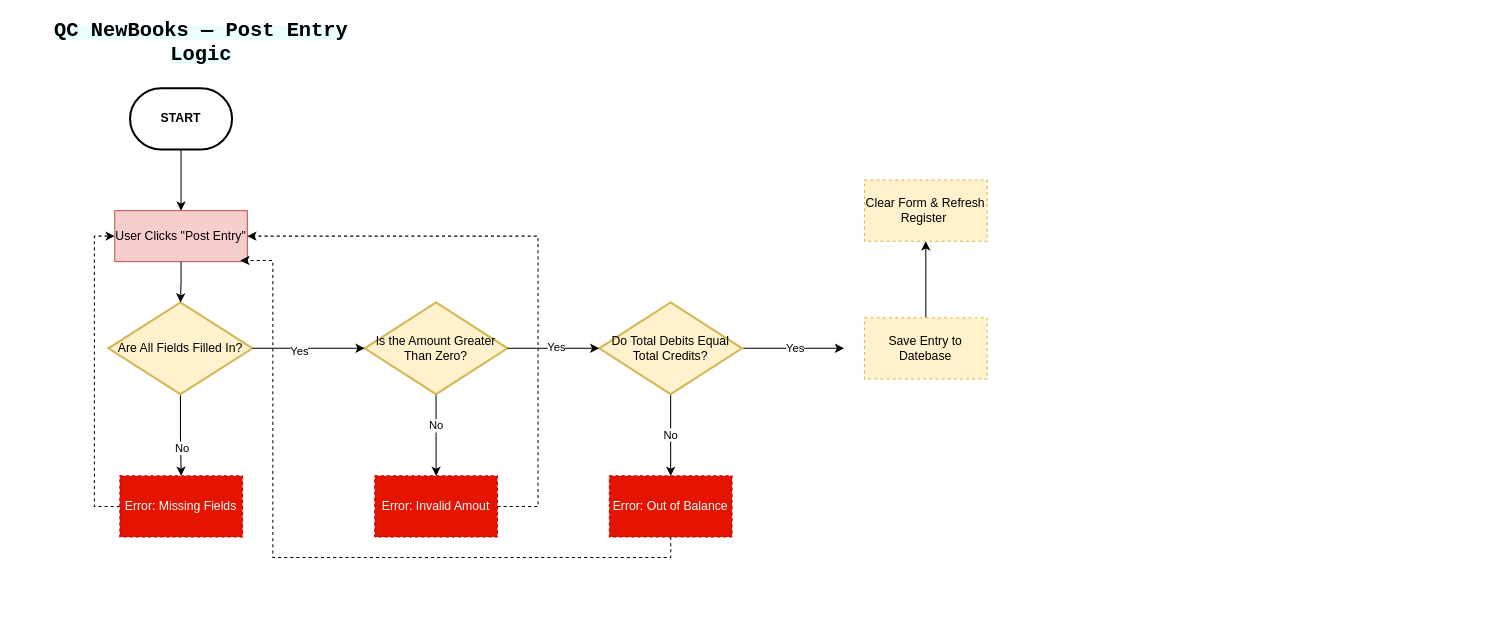
This is page "Part A — Flowchart." (1 of 2) of QC_NewBooks_Diagrams.drawio from Sriaz0721/diagram-qc-new-books, a draw.io file, before an edit. Source tidied: cells renumbered, new cells numbered last; positions are measured from the earlier drawing's top-left corner, leaving out a move shared by most shapes. Both pictures are drawn from the tidied source at 102%, with x=0, y=0 at pixel (17, 27).
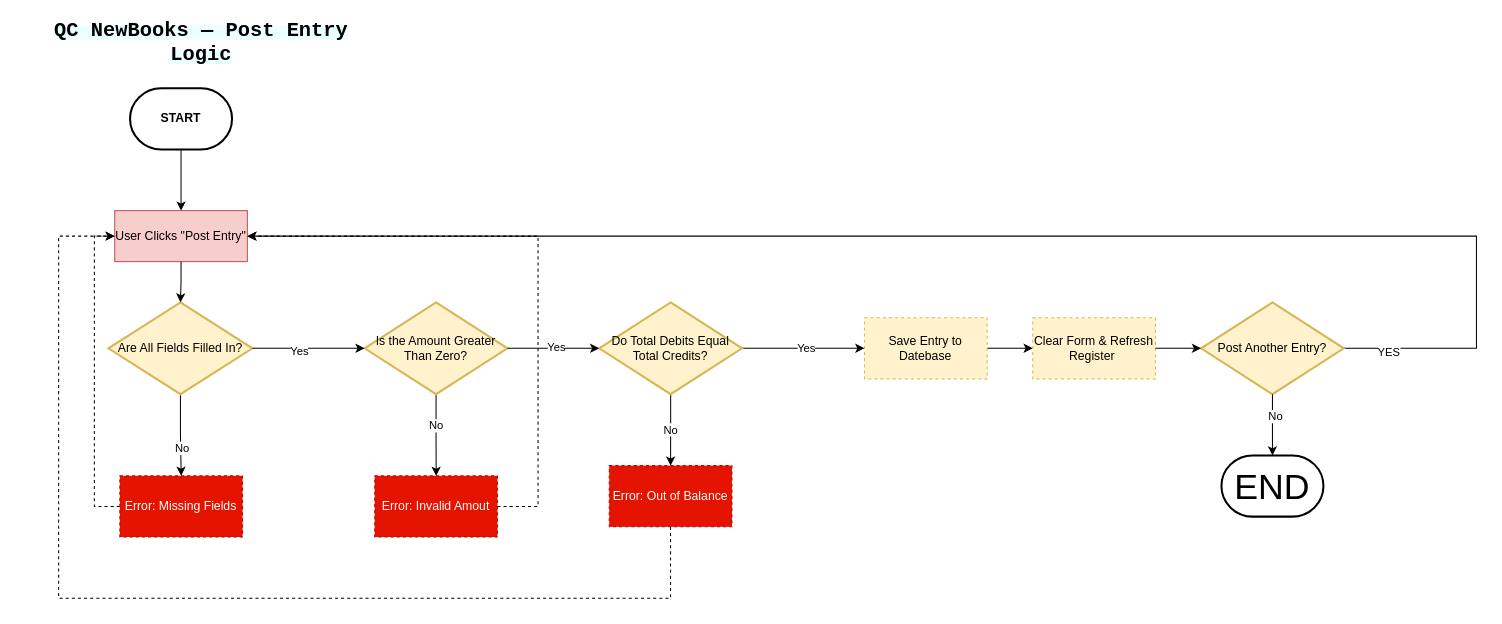
The same page after the edit.

Unchanged cells that the change refers to:
```xml
<mxCell id="5" value="User Clicks &quot;Post Entry&quot;" style="html=1;dashed=0;whiteSpace=wrap;fillColor=#f8cecc;strokeColor=#b85450;" parent="1" vertex="1">
  <mxGeometry x="95" y="180" width="130" height="50" as="geometry" />
</mxCell>
<mxCell id="22" value="Do Total Debits Equal Total Credits?" style="strokeWidth=2;html=1;shape=mxgraph.flowchart.decision;whiteSpace=wrap;fillColor=#fff2cc;strokeColor=#d6b656;" parent="1" vertex="1">
  <mxGeometry x="570" y="270" width="140" height="90" as="geometry" />
</mxCell>
<mxCell id="28" value="Save Entry to Datebase" style="html=1;dashed=1;whiteSpace=wrap;fillStyle=auto;fillColor=#fff2cc;strokeColor=#d6b656;" parent="1" vertex="1">
  <mxGeometry x="830" y="285" width="120.3" height="60" as="geometry" />
</mxCell>
```

Change to the diagram source:
```diff
@@
-    <mxCell id="19" style="edgeStyle=orthogonalEdgeStyle;rounded=0;jettySize=auto;html=1;" parent="1" edge="1" source="22">
-      <mxGeometry relative="1" as="geometry">
-        <mxPoint x="810" y="315" as="targetPoint" />
-      </mxGeometry>
+    <mxCell id="19" style="edgeStyle=orthogonalEdgeStyle;rounded=0;jettySize=auto;html=1;entryX=0;entryY=0.5;entryDx=0;entryDy=0;" parent="1" edge="1" source="22" target="28">
+      <mxGeometry relative="1" as="geometry" />
     </mxCell>
@@
+    <mxCell id="26" style="edgeStyle=orthogonalEdgeStyle;rounded=0;jettySize=auto;html=1;entryX=0;entryY=0.5;entryDx=0;entryDy=0;dashed=1;" parent="1" edge="1" source="25" target="5">
+      <mxGeometry relative="1" as="geometry">
+        <Array as="points">
+          <mxPoint x="640" y="560" />
+          <mxPoint x="40" y="560" />
+          <mxPoint x="40" y="205" />
+        </Array>
+      </mxGeometry>
+    </mxCell>
     <mxCell id="25" value="Error: Out of Balance" style="html=1;dashed=1;whiteSpace=wrap;fillStyle=auto;fillColor=#e51400;strokeColor=#B20000;fontColor=#ffffff;" parent="1" vertex="1">
-      <mxGeometry x="579.9" y="440" width="120.3" height="60" as="geometry" />
+      <mxGeometry x="579.8" y="430" width="120.3" height="60" as="geometry" />
     </mxCell>
-    <mxCell id="26" style="edgeStyle=orthogonalEdgeStyle;rounded=0;jettySize=auto;html=1;entryX=0.947;entryY=0.978;entryDx=0;entryDy=0;entryPerimeter=0;dashed=1;" parent="1" edge="1" source="25" target="5">
-      <mxGeometry relative="1" as="geometry">
-        <Array as="points">
-          <mxPoint x="640" y="520" />
-          <mxPoint x="250" y="520" />
-          <mxPoint x="250" y="229" />
-        </Array>
-      </mxGeometry>
-    </mxCell>
-    <mxCell id="27" style="edgeStyle=orthogonalEdgeStyle;rounded=0;jettySize=auto;html=1;entryX=0.5;entryY=1;entryDx=0;entryDy=0;" parent="1" edge="1" source="28" target="29">
+    <mxCell id="27" style="edgeStyle=orthogonalEdgeStyle;rounded=0;jettySize=auto;html=1;" parent="1" edge="1" source="28" target="29">
       <mxGeometry relative="1" as="geometry" />
     </mxCell>
@@
     <mxCell id="29" value="Clear Form &amp;amp; Refresh Register&amp;nbsp;" style="html=1;dashed=1;whiteSpace=wrap;fillStyle=auto;fillColor=#fff2cc;strokeColor=#d6b656;" parent="1" vertex="1">
-      <mxGeometry x="830" y="150" width="120.3" height="60" as="geometry" />
+      <mxGeometry x="995" y="285" width="120.3" height="60" as="geometry" />
     </mxCell>
+    <mxCell id="30" style="edgeStyle=orthogonalEdgeStyle;rounded=0;jettySize=auto;html=1;entryX=1;entryY=0.5;entryDx=0;entryDy=0;" parent="1" edge="1" source="32" target="5">
+      <mxGeometry relative="1" as="geometry">
+        <Array as="points">
+          <mxPoint x="1430" y="315" />
+          <mxPoint x="1430" y="205" />
+        </Array>
+      </mxGeometry>
+    </mxCell>
+    <mxCell id="31" value="YES" style="edgeLabel;html=1;align=center;verticalAlign=middle;" parent="30" vertex="1">
+      <mxGeometry x="-0.94" y="-2" relative="1" as="geometry">
+        <mxPoint y="1" as="offset" />
+      </mxGeometry>
+    </mxCell>
+    <mxCell id="32" value="Post Another Entry?" style="strokeWidth=2;html=1;shape=mxgraph.flowchart.decision;whiteSpace=wrap;fillColor=#fff2cc;strokeColor=#d6b656;" parent="1" vertex="1">
+      <mxGeometry x="1160" y="270" width="140" height="90" as="geometry" />
+    </mxCell>
+    <mxCell id="33" style="edgeStyle=orthogonalEdgeStyle;rounded=0;jettySize=auto;html=1;entryX=0;entryY=0.5;entryDx=0;entryDy=0;entryPerimeter=0;" parent="1" edge="1" source="29" target="32">
+      <mxGeometry relative="1" as="geometry" />
+    </mxCell>
+    <mxCell id="34" value="&lt;font style=&quot;font-size: 35px;&quot;&gt;END&lt;/font&gt;" style="strokeWidth=2;html=1;shape=mxgraph.flowchart.terminator;whiteSpace=wrap;" parent="1" vertex="1">
+      <mxGeometry x="1180" y="420" width="100" height="60" as="geometry" />
+    </mxCell>
+    <mxCell id="35" style="edgeStyle=orthogonalEdgeStyle;rounded=0;jettySize=auto;html=1;entryX=0.5;entryY=0;entryDx=0;entryDy=0;entryPerimeter=0;" parent="1" edge="1" source="32" target="34">
+      <mxGeometry relative="1" as="geometry" />
+    </mxCell>
+    <mxCell id="36" value="No" style="edgeLabel;html=1;align=center;verticalAlign=middle;" parent="35" vertex="1">
+      <mxGeometry x="-0.31" y="2" relative="1" as="geometry" />
+    </mxCell>
```
